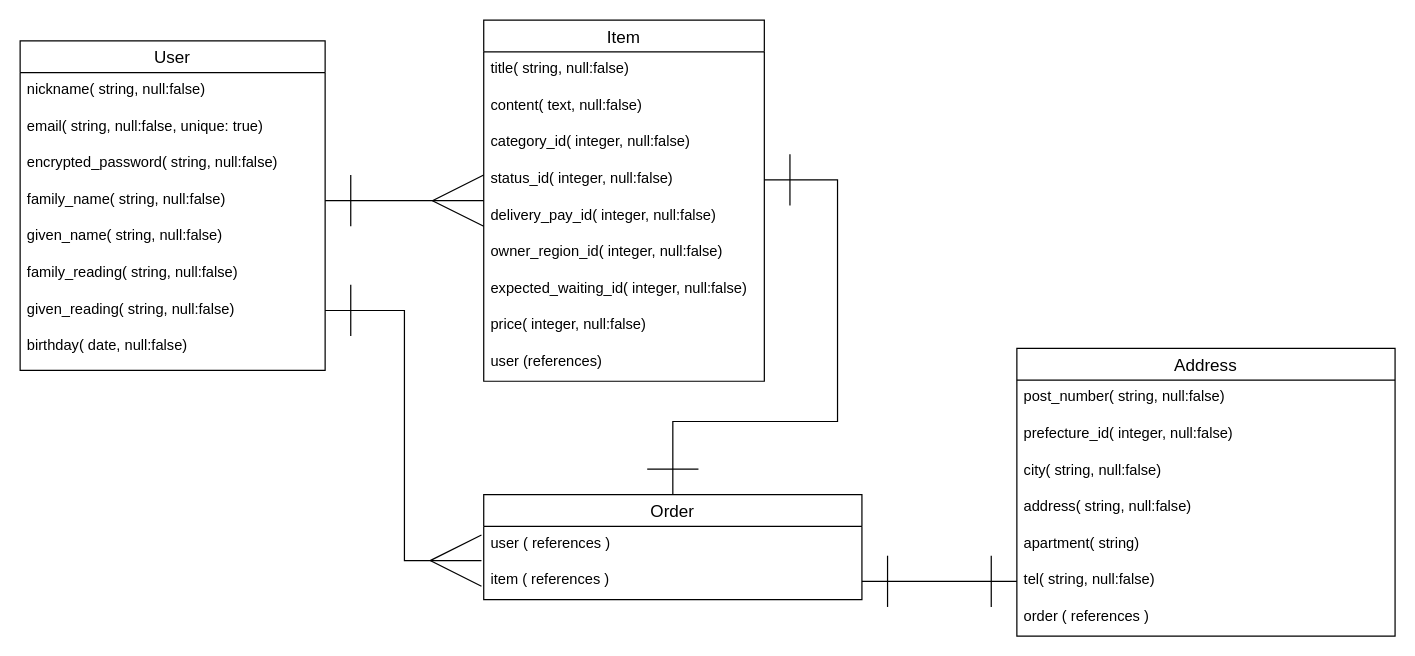
Above: table_ER.dio in Nalicyclica/furima-36391 (draw.io), before the change. Source tidied: cells renumbered, new cells numbered last; positions are measured from the earlier drawing's top-left corner, leaving out a move shared by most shapes. Both pictures are drawn from the tidied source at 122%, with x=0, y=0 at pixel (20, 20).
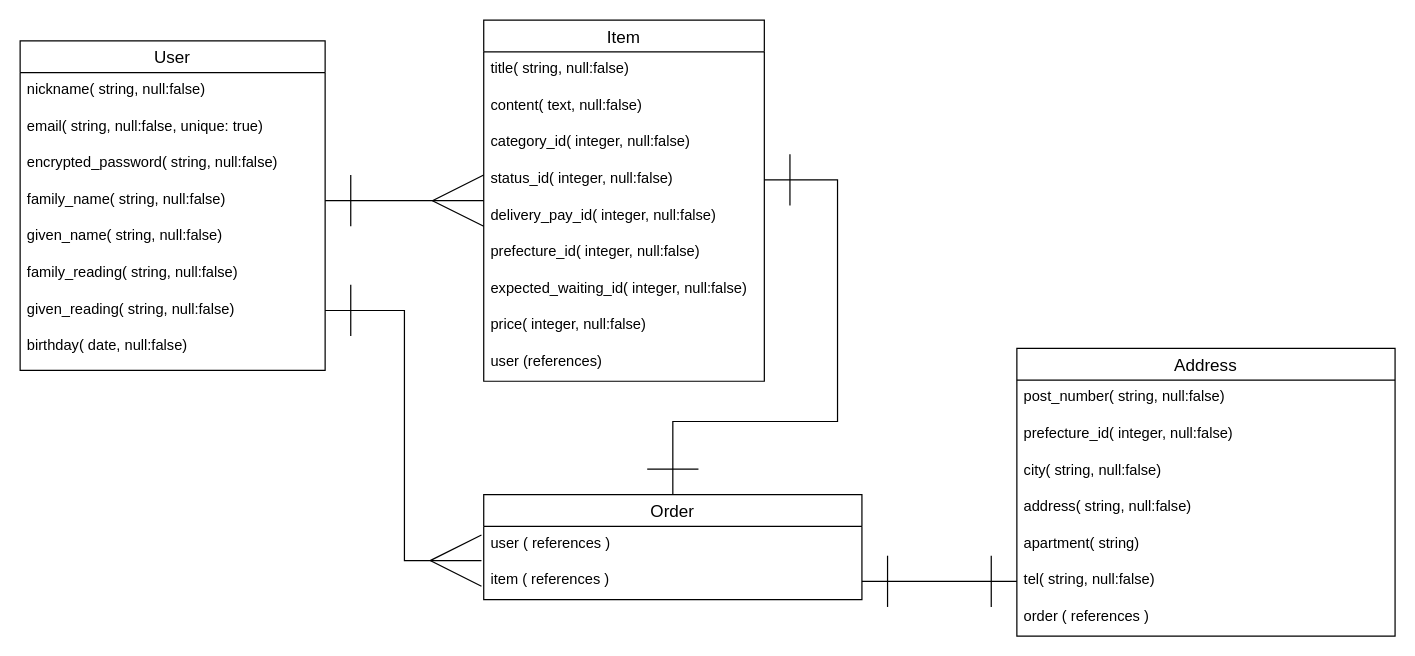
The same diagram, later.

Commit message (it also covers changes not shown here):
データベーステーブルの設計レビュー箇所の修正２

The change refers to these unchanged cells:
```xml
<mxCell id="11" value="Item" style="swimlane;fontStyle=0;horizontal=1;startSize=26;align=center;fontSize=14;" parent="1" vertex="1">
  <mxGeometry x="380" width="230" height="296" as="geometry" />
</mxCell>
```

Diff of the diagram source:
```diff
@@
-    <mxCell id="17" value="owner_region_id( integer, null:false)" style="text;strokeColor=none;fillColor=none;spacingLeft=4;spacingRight=4;overflow=hidden;fontSize=12;" parent="11" vertex="1">
+    <mxCell id="17" value="prefecture_id( integer, null:false)" style="text;strokeColor=none;fillColor=none;spacingLeft=4;spacingRight=4;overflow=hidden;fontSize=12;" parent="11" vertex="1">
       <mxGeometry y="176" width="230" height="30" as="geometry" />
     </mxCell>
```
